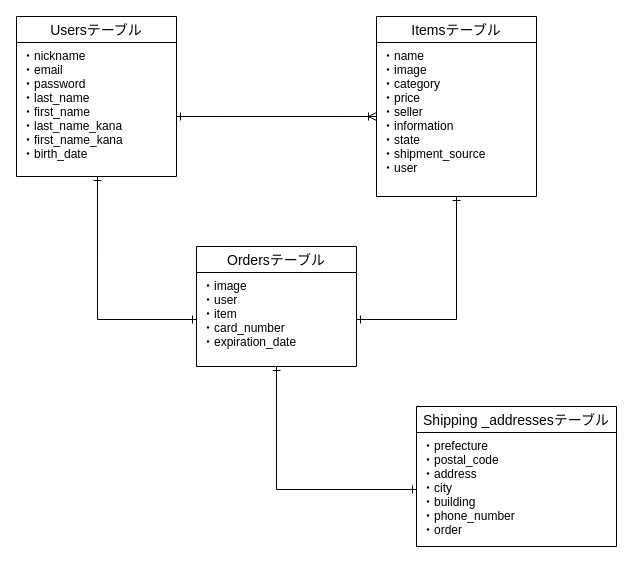
The draw.io diagram furima-33948.dio in takashi1124/furima-33948, before the edit. Source tidied: cells renumbered, new cells numbered last; positions are measured from the earlier drawing's top-left corner, leaving out a move shared by most shapes. Both pictures are drawn from the tidied source at 100%, with x=0, y=0 at pixel (16, 16).
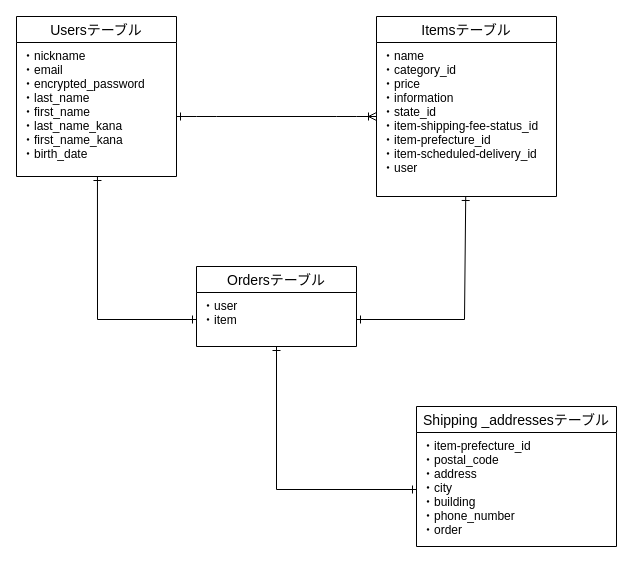
Above is the later version.

Commit message:
データベース設計の修正5

What changed in the source:
```diff
@@
 <mxGraphModel>
   <root>
     <mxCell id="0" />
     <mxCell id="1" parent="0" />
     <mxCell id="2" value="Usersテーブル" style="swimlane;fontStyle=0;horizontal=1;startSize=26;align=center;fontSize=14;" parent="1" vertex="1">
       <mxGeometry width="160" height="160" as="geometry" />
     </mxCell>
-    <mxCell id="3" value="・nickname&#10;・email&#10;・password&#10;・last_name&#10;・first_name&#10;・last_name_kana&#10;・first_name_kana&#10;・birth_date" style="text;strokeColor=none;fillColor=none;spacingLeft=4;spacingRight=4;overflow=hidden;points=[[0,0.5],[1,0.5]];portConstraint=eastwest;fontSize=12;" parent="2" vertex="1">
+    <mxCell id="3" value="・nickname&#10;・email&#10;・encrypted_password&#10;・last_name&#10;・first_name&#10;・last_name_kana&#10;・first_name_kana&#10;・birth_date" style="text;strokeColor=none;fillColor=none;spacingLeft=4;spacingRight=4;overflow=hidden;points=[[0,0.5],[1,0.5]];portConstraint=eastwest;fontSize=12;" parent="2" vertex="1">
       <mxGeometry y="26" width="160" height="134" as="geometry" />
     </mxCell>
     <mxCell id="4" value="Itemsテーブル" style="swimlane;fontStyle=0;horizontal=1;startSize=26;align=center;fontSize=14;" parent="1" vertex="1">
-      <mxGeometry x="360" width="160" height="180" as="geometry" />
+      <mxGeometry x="360" width="180" height="180" as="geometry" />
     </mxCell>
-    <mxCell id="5" value="・name&#10;・image&#10;・category&#10;・price&#10;・seller&#10;・information&#10;・state&#10;・shipment_source&#10;・user" style="text;strokeColor=none;fillColor=none;spacingLeft=4;spacingRight=4;overflow=hidden;points=[[0,0.5],[1,0.5]];portConstraint=eastwest;fontSize=12;" parent="4" vertex="1">
-      <mxGeometry y="26" width="160" height="154" as="geometry" />
+    <mxCell id="5" value="・name&#10;・category_id&#10;・price&#10;・information&#10;・state_id&#10;・item-shipping-fee-status_id&#10;・item-prefecture_id&#10;・item-scheduled-delivery_id&#10;・user" style="text;strokeColor=none;fillColor=none;spacingLeft=4;spacingRight=4;overflow=hidden;points=[[0,0.5],[1,0.5]];portConstraint=eastwest;fontSize=12;" parent="4" vertex="1">
+      <mxGeometry y="26" width="180" height="154" as="geometry" />
     </mxCell>
     <mxCell id="6" value="Ordersテーブル" style="swimlane;fontStyle=0;horizontal=1;startSize=26;align=center;fontSize=14;" parent="1" vertex="1">
-      <mxGeometry x="180" y="230" width="160" height="120" as="geometry" />
+      <mxGeometry x="180" y="250" width="160" height="80" as="geometry" />
     </mxCell>
-    <mxCell id="7" value="・image&#10;・user&#10;・item&#10;・card_number&#10;・expiration_date" style="text;strokeColor=none;fillColor=none;spacingLeft=4;spacingRight=4;overflow=hidden;points=[[0,0.5],[1,0.5]];portConstraint=eastwest;fontSize=12;" parent="6" vertex="1">
-      <mxGeometry y="26" width="160" height="94" as="geometry" />
+    <mxCell id="7" value="・user&#10;・item&#10;" style="text;strokeColor=none;fillColor=none;spacingLeft=4;spacingRight=4;overflow=hidden;points=[[0,0.5],[1,0.5]];portConstraint=eastwest;fontSize=12;" parent="6" vertex="1">
+      <mxGeometry y="26" width="160" height="54" as="geometry" />
     </mxCell>
     <mxCell id="8" style="edgeStyle=entityRelationEdgeStyle;fontSize=12;html=1;endArrow=ERoneToMany;startArrow=ERone;startFill=0;" parent="1" edge="1">
       <mxGeometry relative="1" as="geometry">
         <mxPoint x="160" y="100" as="sourcePoint" />
         <mxPoint x="360" y="100" as="targetPoint" />
       </mxGeometry>
     </mxCell>
     <mxCell id="9" style="endArrow=ERone;html=1;rounded=0;entryX=0.506;entryY=1;entryDx=0;entryDy=0;entryPerimeter=0;exitX=0;exitY=0.5;exitDx=0;exitDy=0;startArrow=ERone;startFill=0;endFill=0;" parent="1" edge="1" source="7" target="3">
       <mxGeometry relative="1" as="geometry">
         <Array as="points">
           <mxPoint x="81" y="303" />
         </Array>
       </mxGeometry>
     </mxCell>
     <mxCell id="10" style="endArrow=ERone;html=1;rounded=0;exitX=1;exitY=0.5;exitDx=0;exitDy=0;startArrow=ERone;startFill=0;endFill=0;" parent="1" edge="1" source="7" target="5">
       <mxGeometry relative="1" as="geometry">
         <Array as="points">
-          <mxPoint x="440" y="303" />
+          <mxPoint x="448" y="303" />
         </Array>
       </mxGeometry>
     </mxCell>
     <mxCell id="11" value="Shipping _addressesテーブル" style="swimlane;fontStyle=0;horizontal=1;startSize=26;align=center;fontSize=14;" parent="1" vertex="1">
       <mxGeometry x="400" y="390" width="200" height="140" as="geometry" />
     </mxCell>
-    <mxCell id="12" value="・prefecture&#10;・postal_code&#10;・address&#10;・city&#10;・building&#10;・phone_number&#10;・order" style="text;strokeColor=none;fillColor=none;spacingLeft=4;spacingRight=4;overflow=hidden;points=[[0,0.5],[1,0.5]];portConstraint=eastwest;fontSize=12;" parent="11" vertex="1">
+    <mxCell id="12" value="・item-prefecture_id&#10;・postal_code&#10;・address&#10;・city&#10;・building&#10;・phone_number&#10;・order" style="text;strokeColor=none;fillColor=none;spacingLeft=4;spacingRight=4;overflow=hidden;points=[[0,0.5],[1,0.5]];portConstraint=eastwest;fontSize=12;" parent="11" vertex="1">
       <mxGeometry y="26" width="200" height="114" as="geometry" />
     </mxCell>
     <mxCell id="13" style="endArrow=ERone;html=1;rounded=0;exitX=0;exitY=0.5;exitDx=0;exitDy=0;startArrow=ERone;startFill=0;endFill=0;" parent="1" edge="1" source="12" target="7">
       <mxGeometry relative="1" as="geometry">
         <Array as="points">
           <mxPoint x="260" y="473" />
         </Array>
       </mxGeometry>
     </mxCell>
   </root>
 </mxGraphModel>
```
